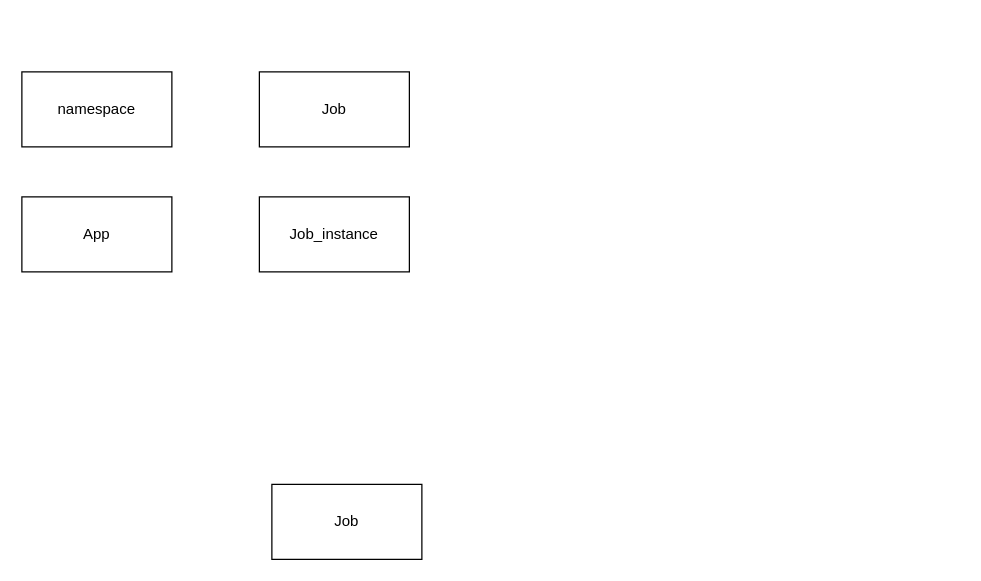
The draw.io diagram page "第 5 页" (5 of 5) of 任务执行活动图.drawio in baimu7/homework, before the edit. Source tidied: cells renumbered, new cells numbered last; positions are measured from the earlier drawing's top-left corner, leaving out a move shared by most shapes. Both pictures are drawn from the tidied source at 125%, with x=0, y=0 at pixel (21, 71).
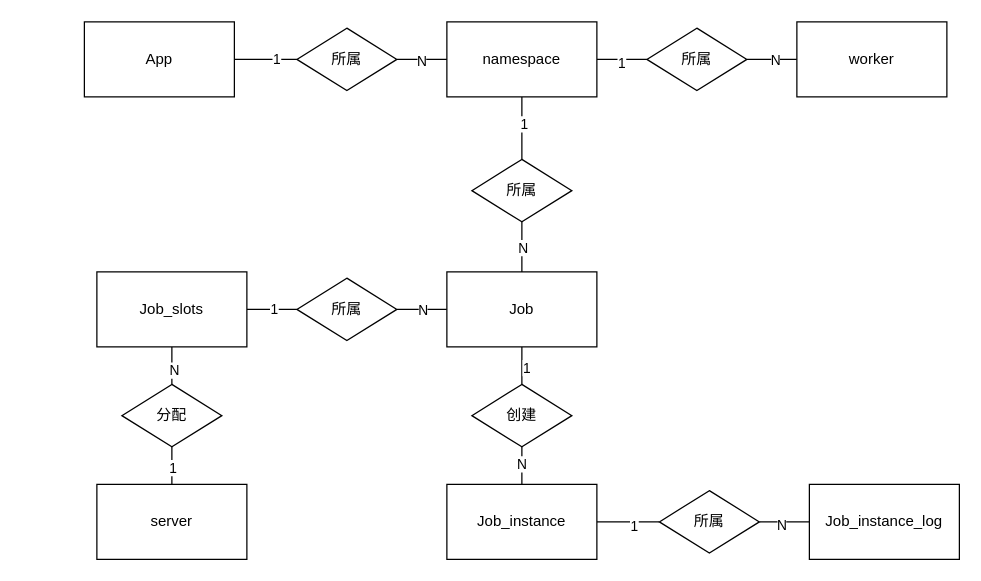
The same page after the edit.

Commit message:
更新任务执行活动图.drawio

Diff of the diagram source:
```diff
@@
+    <mxCell id="7" style="edgeStyle=orthogonalEdgeStyle;rounded=0;jettySize=auto;html=1;endArrow=none;endFill=0;" parent="1" edge="1" source="2" target="33">
+      <mxGeometry relative="1" as="geometry" />
+    </mxCell>
+    <mxCell id="8" value="1" style="edgeLabel;html=1;align=center;verticalAlign=middle;" parent="7" vertex="1">
+      <mxGeometry x="-0.16" y="1" relative="1" as="geometry" />
+    </mxCell>
+    <mxCell id="9" style="edgeStyle=orthogonalEdgeStyle;rounded=0;jettySize=auto;html=1;endArrow=none;endFill=0;" parent="1" edge="1" source="2" target="35">
+      <mxGeometry relative="1" as="geometry" />
+    </mxCell>
+    <mxCell id="10" value="1" style="edgeLabel;html=1;align=center;verticalAlign=middle;" parent="9" vertex="1">
+      <mxGeometry x="-0.03" y="-2" relative="1" as="geometry" />
+    </mxCell>
     <mxCell id="2" value="namespace" style="rounded=0;whiteSpace=wrap;html=1;" parent="1" vertex="1">
-      <mxGeometry width="120" height="60" as="geometry" />
+      <mxGeometry x="340" y="-40" width="120" height="60" as="geometry" />
     </mxCell>
+    <mxCell id="11" style="rounded=0;jettySize=auto;html=1;endArrow=none;endFill=0;" parent="1" edge="1" source="3" target="30">
+      <mxGeometry relative="1" as="geometry" />
+    </mxCell>
+    <mxCell id="12" value="1" style="edgeLabel;html=1;align=center;verticalAlign=middle;" parent="11" vertex="1">
+      <mxGeometry x="0.3" y="1" relative="1" as="geometry" />
+    </mxCell>
     <mxCell id="3" value="App" style="rounded=0;whiteSpace=wrap;html=1;" parent="1" vertex="1">
-      <mxGeometry y="100" width="120" height="60" as="geometry" />
+      <mxGeometry x="50" y="-40" width="120" height="60" as="geometry" />
     </mxCell>
+    <mxCell id="13" style="edgeStyle=orthogonalEdgeStyle;rounded=0;jettySize=auto;html=1;endArrow=none;endFill=0;" parent="1" edge="1" source="4" target="34">
+      <mxGeometry relative="1" as="geometry">
+        <Array as="points">
+          <mxPoint x="320" y="190" />
+          <mxPoint x="320" y="190" />
+        </Array>
+      </mxGeometry>
+    </mxCell>
+    <mxCell id="14" value="N" style="edgeLabel;html=1;align=center;verticalAlign=middle;" parent="13" vertex="1">
+      <mxGeometry x="0.03" y="4" relative="1" as="geometry">
+        <mxPoint x="1" y="-4" as="offset" />
+      </mxGeometry>
+    </mxCell>
+    <mxCell id="15" style="edgeStyle=orthogonalEdgeStyle;rounded=0;jettySize=auto;html=1;endArrow=none;endFill=0;" parent="1" edge="1" source="4" target="41">
+      <mxGeometry relative="1" as="geometry" />
+    </mxCell>
+    <mxCell id="16" value="1" style="edgeLabel;html=1;align=center;verticalAlign=middle;" parent="15" vertex="1">
+      <mxGeometry x="0.44" y="3" relative="1" as="geometry" />
+    </mxCell>
     <mxCell id="4" value="Job" style="rounded=0;whiteSpace=wrap;html=1;" parent="1" vertex="1">
-      <mxGeometry x="190" width="120" height="60" as="geometry" />
+      <mxGeometry x="340" y="160" width="120" height="60" as="geometry" />
     </mxCell>
+    <mxCell id="17" style="edgeStyle=orthogonalEdgeStyle;rounded=0;jettySize=auto;html=1;endArrow=none;endFill=0;" parent="1" edge="1" source="5" target="44">
+      <mxGeometry relative="1" as="geometry" />
+    </mxCell>
+    <mxCell id="18" value="1" style="edgeLabel;html=1;align=center;verticalAlign=middle;" parent="17" vertex="1">
+      <mxGeometry x="0.14" y="-3" relative="1" as="geometry" />
+    </mxCell>
     <mxCell id="5" value="Job_instance" style="rounded=0;whiteSpace=wrap;html=1;" parent="1" vertex="1">
-      <mxGeometry x="190" y="100" width="120" height="60" as="geometry" />
+      <mxGeometry x="340" y="330" width="120" height="60" as="geometry" />
     </mxCell>
+    <mxCell id="19" style="edgeStyle=orthogonalEdgeStyle;rounded=0;jettySize=auto;html=1;endArrow=none;endFill=0;" parent="1" edge="1" source="6" target="34">
+      <mxGeometry relative="1" as="geometry" />
+    </mxCell>
+    <mxCell id="20" value="1" style="edgeLabel;html=1;align=center;verticalAlign=middle;" parent="19" vertex="1">
+      <mxGeometry x="0.07" y="1" relative="1" as="geometry" />
+    </mxCell>
+    <mxCell id="21" style="edgeStyle=orthogonalEdgeStyle;rounded=0;jettySize=auto;html=1;endArrow=none;endFill=0;" parent="1" edge="1" source="6" target="38">
+      <mxGeometry relative="1" as="geometry" />
+    </mxCell>
+    <mxCell id="22" value="N" style="edgeLabel;html=1;align=center;verticalAlign=middle;" parent="21" vertex="1">
+      <mxGeometry x="0.52" y="1" relative="1" as="geometry" />
+    </mxCell>
-    <mxCell id="6" value="Job" style="rounded=0;whiteSpace=wrap;html=1;" parent="1" vertex="1">
-      <mxGeometry x="200" y="330" width="120" height="60" as="geometry" />
+    <mxCell id="6" value="Job_slots" style="rounded=0;whiteSpace=wrap;html=1;" parent="1" vertex="1">
+      <mxGeometry x="60" y="160" width="120" height="60" as="geometry" />
     </mxCell>
+    <mxCell id="23" value="Job_instance_log" style="rounded=0;whiteSpace=wrap;html=1;" parent="1" vertex="1">
+      <mxGeometry x="630" y="330" width="120" height="60" as="geometry" />
+    </mxCell>
+    <mxCell id="24" style="edgeStyle=orthogonalEdgeStyle;rounded=0;jettySize=auto;html=1;endArrow=none;endFill=0;" parent="1" edge="1" source="26" target="35">
+      <mxGeometry relative="1" as="geometry" />
+    </mxCell>
+    <mxCell id="25" value="N" style="edgeLabel;html=1;align=center;verticalAlign=middle;" parent="24" vertex="1">
+      <mxGeometry x="-0.03" relative="1" as="geometry">
+        <mxPoint x="1" as="offset" />
+      </mxGeometry>
+    </mxCell>
+    <mxCell id="26" value="worker" style="rounded=0;whiteSpace=wrap;html=1;" parent="1" vertex="1">
+      <mxGeometry x="620" y="-40" width="120" height="60" as="geometry" />
+    </mxCell>
+    <mxCell id="27" value="server" style="rounded=0;whiteSpace=wrap;html=1;" parent="1" vertex="1">
+      <mxGeometry x="60" y="330" width="120" height="60" as="geometry" />
+    </mxCell>
+    <mxCell id="28" style="edgeStyle=orthogonalEdgeStyle;rounded=0;jettySize=auto;html=1;endArrow=none;endFill=0;" parent="1" edge="1" source="30" target="2">
+      <mxGeometry relative="1" as="geometry" />
+    </mxCell>
+    <mxCell id="29" value="N" style="edgeLabel;html=1;align=center;verticalAlign=middle;" parent="28" vertex="1">
+      <mxGeometry x="-0.03" y="-1" relative="1" as="geometry" />
+    </mxCell>
+    <mxCell id="30" value="所属" style="rhombus;whiteSpace=wrap;html=1;" parent="1" vertex="1">
+      <mxGeometry x="220" y="-35" width="80" height="50" as="geometry" />
+    </mxCell>
+    <mxCell id="31" style="edgeStyle=orthogonalEdgeStyle;rounded=0;jettySize=auto;html=1;endArrow=none;endFill=0;" parent="1" edge="1" source="33" target="4">
+      <mxGeometry relative="1" as="geometry" />
+    </mxCell>
+    <mxCell id="32" value="N" style="edgeLabel;html=1;align=center;verticalAlign=middle;" parent="31" vertex="1">
+      <mxGeometry y="5" relative="1" as="geometry">
+        <mxPoint x="-5" as="offset" />
+      </mxGeometry>
+    </mxCell>
+    <mxCell id="33" value="所属" style="rhombus;whiteSpace=wrap;html=1;" parent="1" vertex="1">
+      <mxGeometry x="360" y="70" width="80" height="50" as="geometry" />
+    </mxCell>
+    <mxCell id="34" value="所属" style="rhombus;whiteSpace=wrap;html=1;" parent="1" vertex="1">
+      <mxGeometry x="220" y="165" width="80" height="50" as="geometry" />
+    </mxCell>
+    <mxCell id="35" value="所属" style="rhombus;whiteSpace=wrap;html=1;" parent="1" vertex="1">
+      <mxGeometry x="500" y="-35" width="80" height="50" as="geometry" />
+    </mxCell>
+    <mxCell id="36" style="edgeStyle=orthogonalEdgeStyle;rounded=0;jettySize=auto;html=1;endArrow=none;endFill=0;" parent="1" edge="1" source="38" target="27">
+      <mxGeometry relative="1" as="geometry" />
+    </mxCell>
+    <mxCell id="37" value="1" style="edgeLabel;html=1;align=center;verticalAlign=middle;" parent="36" vertex="1">
+      <mxGeometry x="0.44" relative="1" as="geometry" />
+    </mxCell>
+    <mxCell id="38" value="分配" style="rhombus;whiteSpace=wrap;html=1;" parent="1" vertex="1">
+      <mxGeometry x="80" y="250" width="80" height="50" as="geometry" />
+    </mxCell>
+    <mxCell id="39" style="edgeStyle=orthogonalEdgeStyle;rounded=0;jettySize=auto;html=1;endArrow=none;endFill=0;" parent="1" edge="1" source="41" target="5">
+      <mxGeometry relative="1" as="geometry" />
+    </mxCell>
+    <mxCell id="40" value="N" style="edgeLabel;html=1;align=center;verticalAlign=middle;" parent="39" vertex="1">
+      <mxGeometry x="0.32" y="-1" relative="1" as="geometry" />
+    </mxCell>
+    <mxCell id="41" value="创建" style="rhombus;whiteSpace=wrap;html=1;" parent="1" vertex="1">
+      <mxGeometry x="360" y="250" width="80" height="50" as="geometry" />
+    </mxCell>
+    <mxCell id="42" style="edgeStyle=orthogonalEdgeStyle;rounded=0;jettySize=auto;html=1;endArrow=none;endFill=0;" parent="1" edge="1" source="44" target="23">
+      <mxGeometry relative="1" as="geometry" />
+    </mxCell>
+    <mxCell id="43" value="N" style="edgeLabel;html=1;align=center;verticalAlign=middle;" parent="42" vertex="1">
+      <mxGeometry x="-0.17" y="-2" relative="1" as="geometry" />
+    </mxCell>
+    <mxCell id="44" value="所属" style="rhombus;whiteSpace=wrap;html=1;" parent="1" vertex="1">
+      <mxGeometry x="510" y="335" width="80" height="50" as="geometry" />
+    </mxCell>
```
